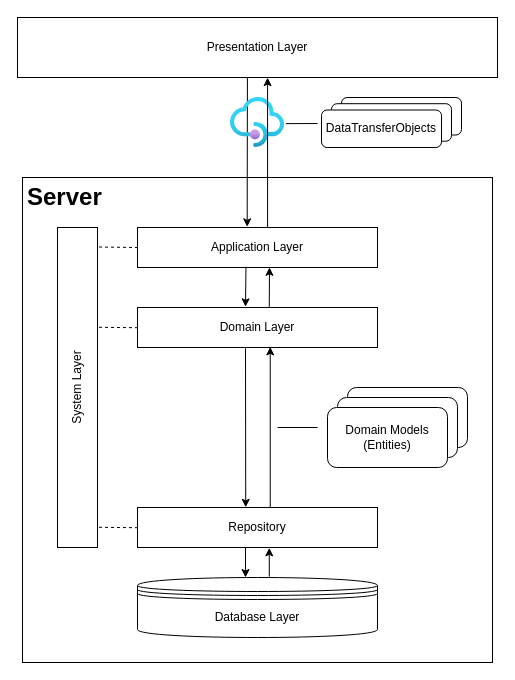
Before: docs/diagrams/ArchitectureLayer.drawio in ulftietze/hoot, a draw.io diagram. Source tidied: cells renumbered, new cells numbered last; positions are measured from the earlier drawing's top-left corner, leaving out a move shared by most shapes. Both pictures are drawn from the tidied source at 100%, with x=0, y=0 at pixel (17, 17).
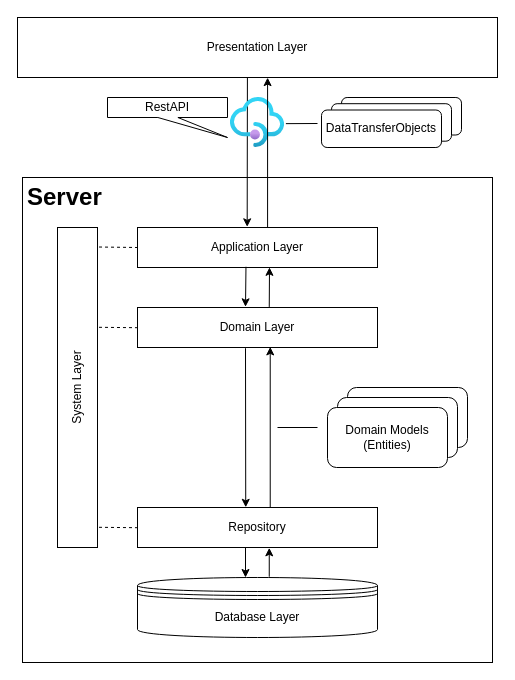
After the change.

Commit message (it also covers changes not shown here):
Add more diagrams to modelize the Architecture and request flow

The edit, as a diff of the source:
```diff
@@
+    <mxCell id="32" value="RestAPI" style="shape=callout;whiteSpace=wrap;html=1;perimeter=calloutPerimeter;size=20;position=0.42;position2=1;base=20;" parent="1" vertex="1">
+      <mxGeometry x="90" y="80" width="120" height="40" as="geometry" />
+    </mxCell>
```
